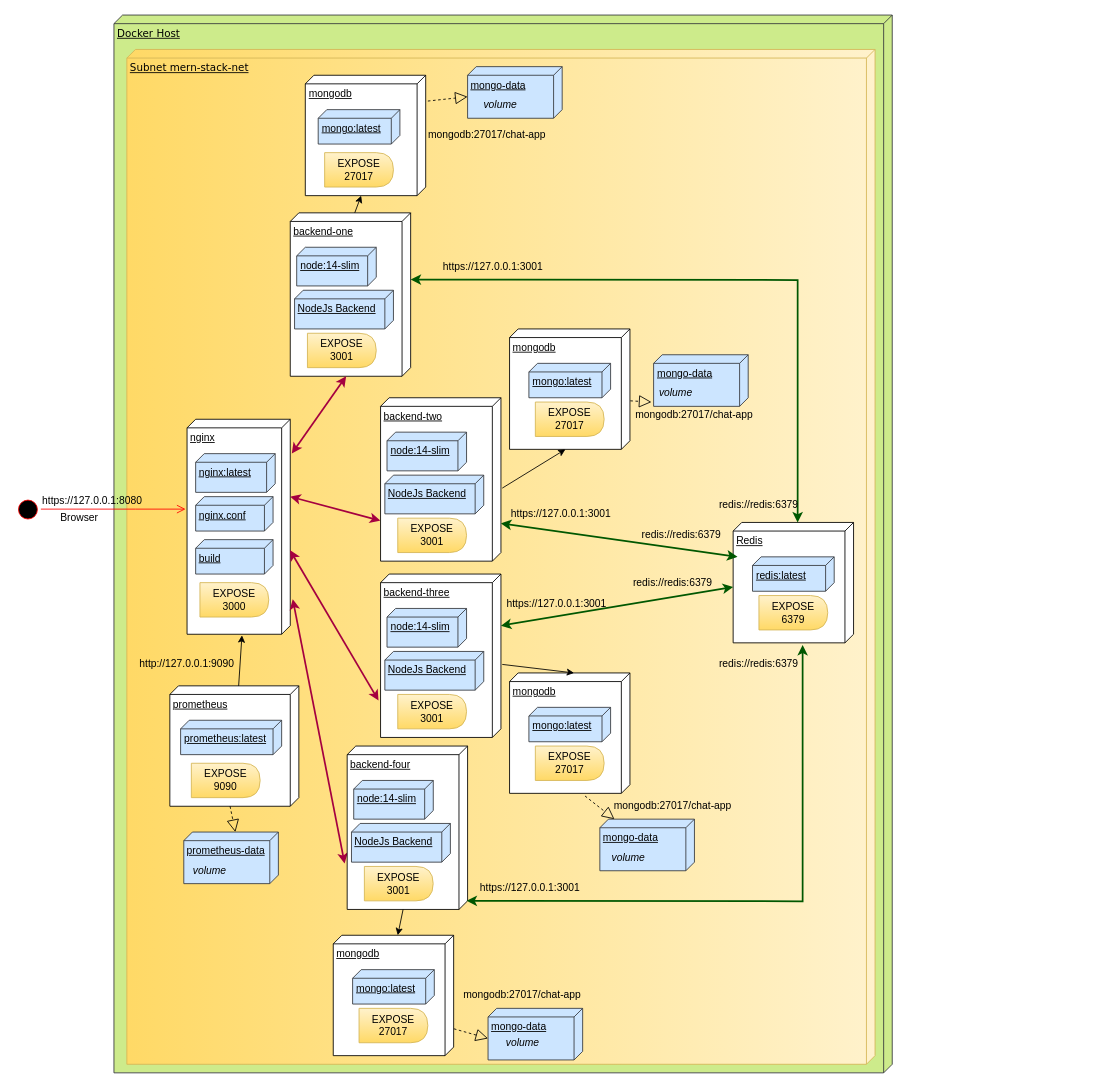
Earlier version of the draw.io diagram UML Diagramme/Unbenanntes Diagramm.drawio (PriXss/UMLDiagramme). Source tidied: cells renumbered, new cells numbered last; positions are measured from the earlier drawing's top-left corner, leaving out a move shared by most shapes. Both pictures are drawn from the tidied source at 86%, with x=0, y=0 at pixel (15, 15).
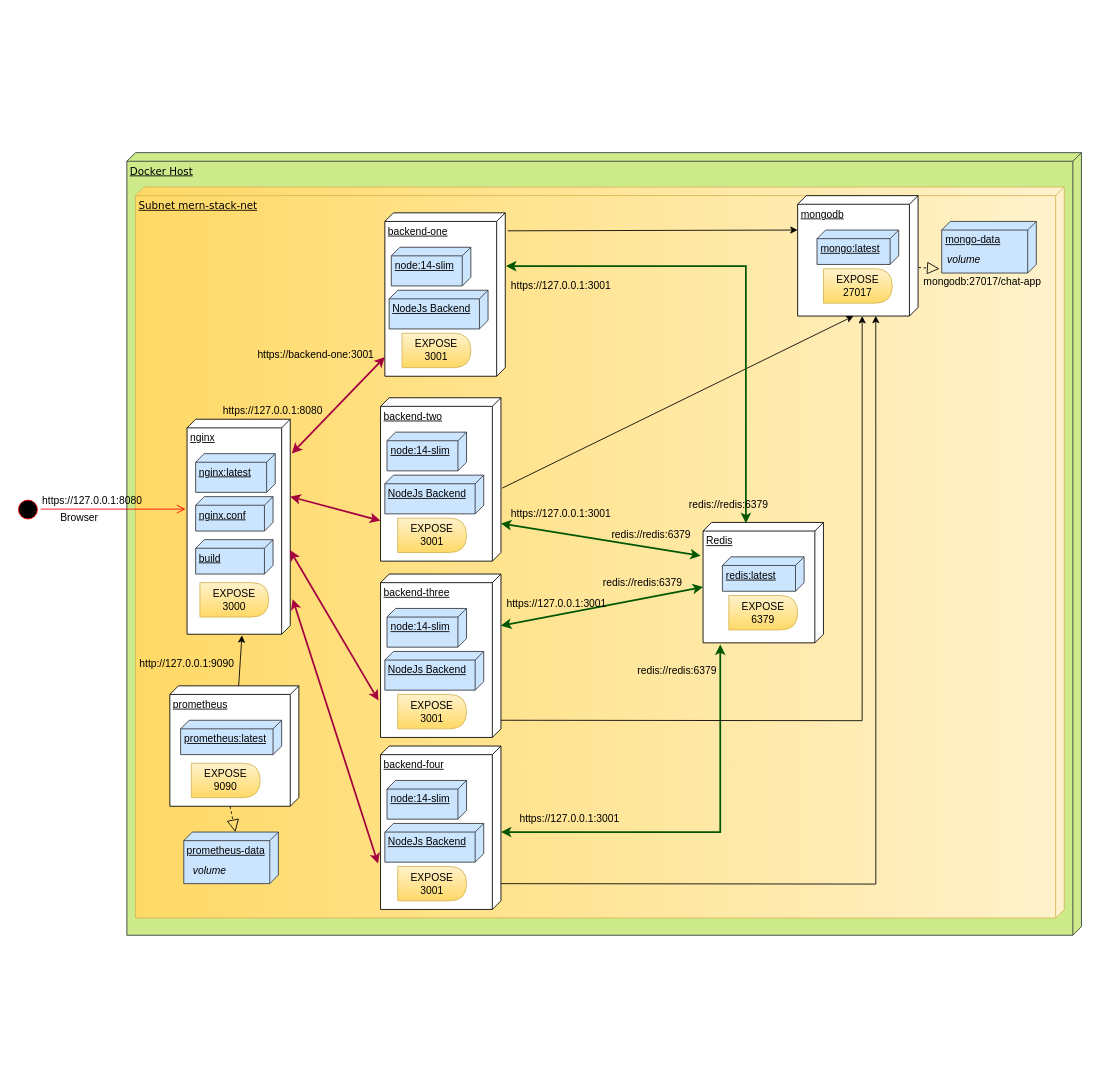
After the change.

The change refers to these unchanged cells:
```xml
<mxCell id="7" value="nginx" style="verticalAlign=top;align=left;spacingTop=8;spacingLeft=2;spacingRight=12;shape=cube;size=10;direction=south;fontStyle=4;html=1;" parent="1" vertex="1">
  <mxGeometry x="200" y="470" width="120" height="250" as="geometry" />
</mxCell>
<mxCell id="62" value="backend-three" style="verticalAlign=top;align=left;spacingTop=8;spacingLeft=2;spacingRight=12;shape=cube;size=10;direction=south;fontStyle=4;html=1;" parent="1" vertex="1">
  <mxGeometry x="425" y="650" width="140" height="190" as="geometry" />
</mxCell>
```

Diff of the diagram source:
```diff
@@
     <mxCell id="2" value="Docker Host" style="verticalAlign=top;align=left;spacingTop=8;spacingLeft=2;spacingRight=12;shape=cube;size=10;direction=south;fontStyle=4;html=1;rounded=0;shadow=0;comic=0;labelBackgroundColor=none;strokeWidth=1;fontFamily=Verdana;fontSize=12;fillColor=#cdeb8b;strokeColor=#36393d;" parent="1" vertex="1">
-      <mxGeometry x="115" width="905" height="1230" as="geometry" />
+      <mxGeometry x="130" y="160" width="1110" height="910" as="geometry" />
     </mxCell>
     <mxCell id="3" value="Subnet mern-stack-net" style="verticalAlign=top;align=left;spacingTop=8;spacingLeft=2;spacingRight=12;shape=cube;size=10;direction=south;fontStyle=4;html=1;rounded=0;shadow=0;comic=0;labelBackgroundColor=none;strokeWidth=1;fontFamily=Verdana;fontSize=12;fillColor=#fff2cc;strokeColor=#d6b656;gradientColor=#ffd966;" parent="1" vertex="1">
-      <mxGeometry x="130" y="40" width="870" height="1180" as="geometry" />
+      <mxGeometry x="140" y="200" width="1080" height="850" as="geometry" />
     </mxCell>
@@
-    <mxCell id="5" value="mongodb" style="verticalAlign=top;align=left;spacingTop=8;spacingLeft=2;spacingRight=12;shape=cube;size=10;direction=south;fontStyle=4;html=1;" parent="1" vertex="1">
-      <mxGeometry x="337.5" y="70" width="140" height="140" as="geometry" />
-    </mxCell>
     <mxCell id="6" value="backend-one" style="verticalAlign=top;align=left;spacingTop=8;spacingLeft=2;spacingRight=12;shape=cube;size=10;direction=south;fontStyle=4;html=1;" parent="1" vertex="1">
-      <mxGeometry x="320" y="230" width="140" height="190" as="geometry" />
+      <mxGeometry x="430" y="230" width="140" height="190" as="geometry" />
     </mxCell>
@@
     <mxCell id="8" value="node:14-slim" style="verticalAlign=top;align=left;spacingTop=8;spacingLeft=2;spacingRight=12;shape=cube;size=10;direction=south;fontStyle=4;html=1;fillColor=#cce5ff;strokeColor=#36393d;" parent="1" vertex="1">
-      <mxGeometry x="327.5" y="270" width="92.5" height="45" as="geometry" />
+      <mxGeometry x="437.5" y="270" width="92.5" height="45" as="geometry" />
     </mxCell>
@@
-    <mxCell id="10" value="mongo:latest" style="verticalAlign=top;align=left;spacingTop=8;spacingLeft=2;spacingRight=12;shape=cube;size=10;direction=south;fontStyle=4;html=1;fillColor=#cce5ff;strokeColor=#36393d;" parent="1" vertex="1">
-      <mxGeometry x="352.5" y="110" width="95" height="40" as="geometry" />
-    </mxCell>
@@
-    <mxCell id="13" value="mongo-data" style="verticalAlign=top;align=left;spacingTop=8;spacingLeft=2;spacingRight=12;shape=cube;size=10;direction=south;fontStyle=4;html=1;fillColor=#cce5ff;strokeColor=#36393d;" parent="1" vertex="1">
-      <mxGeometry x="526.2" y="60" width="110" height="60" as="geometry" />
-    </mxCell>
-    <mxCell id="14" value="&lt;i&gt;volume&lt;/i&gt;" style="text;html=1;align=center;verticalAlign=middle;fillColor=none;strokeColor=none;rounded=0;" parent="1" vertex="1">
-      <mxGeometry x="533.8" y="90" width="60" height="30" as="geometry" />
-    </mxCell>
     <mxCell id="15" value="NodeJs Backend" style="verticalAlign=top;align=left;spacingTop=8;spacingLeft=2;spacingRight=12;shape=cube;size=10;direction=south;fontStyle=4;html=1;fillColor=#cce5ff;strokeColor=#36393d;" parent="1" vertex="1">
-      <mxGeometry x="325" y="320" width="115" height="45" as="geometry" />
+      <mxGeometry x="435" y="320" width="115" height="45" as="geometry" />
     </mxCell>
@@
     <mxCell id="19" value="EXPOSE&lt;br&gt;3001" style="shape=delay;whiteSpace=wrap;html=1;gradientDirection=south;fillColor=#fff2cc;gradientColor=#ffd966;strokeColor=#d6b656;" parent="1" vertex="1">
-      <mxGeometry x="340" y="370" width="80" height="40" as="geometry" />
+      <mxGeometry x="450" y="370" width="80" height="40" as="geometry" />
     </mxCell>
-    <mxCell id="20" value="EXPOSE&lt;br&gt;27017" style="shape=delay;whiteSpace=wrap;html=1;gradientDirection=south;fillColor=#fff2cc;gradientColor=#ffd966;strokeColor=#d6b656;" parent="1" vertex="1">
-      <mxGeometry x="360" y="160" width="80" height="40" as="geometry" />
-    </mxCell>
@@
-    <mxCell id="23" style="endArrow=block;dashed=1;endFill=0;endSize=12;html=1;rounded=0;entryX=0;entryY=0;entryDx=35;entryDy=110;entryPerimeter=0;" parent="1" edge="1" target="13">
-      <mxGeometry relative="1" as="geometry">
-        <mxPoint x="480" y="100" as="sourcePoint" />
-      </mxGeometry>
-    </mxCell>
-    <mxCell id="24" value="mongodb:27017/chat-app" style="text;html=1;strokeColor=none;fillColor=none;align=center;verticalAlign=middle;whiteSpace=wrap;rounded=0;" parent="1" vertex="1">
-      <mxGeometry x="468.8" y="125" width="160" height="30" as="geometry" />
-    </mxCell>
@@
-    <mxCell id="26" style="endArrow=classic;html=1;rounded=0;entryX=0;entryY=0;entryDx=140;entryDy=75;entryPerimeter=0;exitX=0;exitY=0;exitDx=0;exitDy=65;exitPerimeter=0;" parent="1" edge="1" source="6" target="5">
-      <mxGeometry relative="1" as="geometry" />
-    </mxCell>
@@
-    <mxCell id="36" style="endArrow=classic;startArrow=classic;html=1;rounded=0;entryX=0;entryY=0;entryDx=190;entryDy=75;entryPerimeter=0;exitX=0.159;exitY=-0.015;exitDx=0;exitDy=0;exitPerimeter=0;fillColor=#d80073;strokeColor=#A50040;strokeWidth=2;" parent="1" edge="1" source="7" target="6">
+    <mxCell id="36" style="endArrow=classic;startArrow=classic;html=1;rounded=0;exitX=0.159;exitY=-0.015;exitDx=0;exitDy=0;exitPerimeter=0;fillColor=#d80073;strokeColor=#A50040;strokeWidth=2;" parent="1" edge="1" source="7" target="6">
       <mxGeometry relative="1" as="geometry" />
     </mxCell>
     <mxCell id="37" value="mongodb" style="verticalAlign=top;align=left;spacingTop=8;spacingLeft=2;spacingRight=12;shape=cube;size=10;direction=south;fontStyle=4;html=1;" parent="1" vertex="1">
-      <mxGeometry x="575" y="365" width="140" height="140" as="geometry" />
+      <mxGeometry x="910" y="210" width="140" height="140" as="geometry" />
     </mxCell>
@@
     <mxCell id="40" value="mongo:latest" style="verticalAlign=top;align=left;spacingTop=8;spacingLeft=2;spacingRight=12;shape=cube;size=10;direction=south;fontStyle=4;html=1;fillColor=#cce5ff;strokeColor=#36393d;" parent="1" vertex="1">
-      <mxGeometry x="597.5" y="405" width="95" height="40" as="geometry" />
+      <mxGeometry x="932.5" y="250" width="95" height="40" as="geometry" />
     </mxCell>
     <mxCell id="41" value="mongo-data" style="verticalAlign=top;align=left;spacingTop=8;spacingLeft=2;spacingRight=12;shape=cube;size=10;direction=south;fontStyle=4;html=1;fillColor=#cce5ff;strokeColor=#36393d;" parent="1" vertex="1">
-      <mxGeometry x="742.5" y="395" width="110" height="60" as="geometry" />
+      <mxGeometry x="1077.5" y="240" width="110" height="60" as="geometry" />
     </mxCell>
     <mxCell id="42" value="&lt;i&gt;volume&lt;/i&gt;" style="text;html=1;align=center;verticalAlign=middle;fillColor=none;strokeColor=none;rounded=0;" parent="1" vertex="1">
-      <mxGeometry x="737.5" y="425" width="60" height="30" as="geometry" />
+      <mxGeometry x="1072.5" y="270" width="60" height="30" as="geometry" />
     </mxCell>
@@
     <mxCell id="45" value="EXPOSE&lt;br&gt;27017" style="shape=delay;whiteSpace=wrap;html=1;gradientDirection=south;fillColor=#fff2cc;gradientColor=#ffd966;strokeColor=#d6b656;" parent="1" vertex="1">
-      <mxGeometry x="605" y="450" width="80" height="40" as="geometry" />
+      <mxGeometry x="940" y="295" width="80" height="40" as="geometry" />
     </mxCell>
     <mxCell id="46" style="endArrow=block;dashed=1;endFill=0;endSize=12;html=1;rounded=0;exitX=0.597;exitY=-0.003;exitDx=0;exitDy=0;exitPerimeter=0;" parent="1" edge="1" source="37">
       <mxGeometry relative="1" as="geometry">
-        <mxPoint x="740" y="450" as="targetPoint" />
+        <mxPoint x="1075" y="295" as="targetPoint" />
       </mxGeometry>
     </mxCell>
     <mxCell id="47" value="mongodb:27017/chat-app" style="text;html=1;strokeColor=none;fillColor=none;align=center;verticalAlign=middle;whiteSpace=wrap;rounded=0;" parent="1" vertex="1">
-      <mxGeometry x="710" y="450" width="160" height="30" as="geometry" />
+      <mxGeometry x="1045" y="295" width="160" height="30" as="geometry" />
     </mxCell>
@@
-    <mxCell id="49" value="mongodb" style="verticalAlign=top;align=left;spacingTop=8;spacingLeft=2;spacingRight=12;shape=cube;size=10;direction=south;fontStyle=4;html=1;" parent="1" vertex="1">
-      <mxGeometry x="370" y="1070" width="140" height="140" as="geometry" />
-    </mxCell>
     <mxCell id="50" value="backend-four" style="verticalAlign=top;align=left;spacingTop=8;spacingLeft=2;spacingRight=12;shape=cube;size=10;direction=south;fontStyle=4;html=1;" parent="1" vertex="1">
-      <mxGeometry x="386.2" y="850" width="140" height="190" as="geometry" />
+      <mxGeometry x="425" y="850" width="140" height="190" as="geometry" />
     </mxCell>
     <mxCell id="51" value="node:14-slim" style="verticalAlign=top;align=left;spacingTop=8;spacingLeft=2;spacingRight=12;shape=cube;size=10;direction=south;fontStyle=4;html=1;fillColor=#cce5ff;strokeColor=#36393d;" parent="1" vertex="1">
-      <mxGeometry x="393.8" y="890" width="92.5" height="45" as="geometry" />
+      <mxGeometry x="432.5" y="890" width="92.5" height="45" as="geometry" />
     </mxCell>
-    <mxCell id="52" value="mongo:latest" style="verticalAlign=top;align=left;spacingTop=8;spacingLeft=2;spacingRight=12;shape=cube;size=10;direction=south;fontStyle=4;html=1;fillColor=#cce5ff;strokeColor=#36393d;" parent="1" vertex="1">
-      <mxGeometry x="392.5" y="1110" width="95" height="40" as="geometry" />
-    </mxCell>
-    <mxCell id="53" value="mongo-data" style="verticalAlign=top;align=left;spacingTop=8;spacingLeft=2;spacingRight=12;shape=cube;size=10;direction=south;fontStyle=4;html=1;fillColor=#cce5ff;strokeColor=#36393d;" parent="1" vertex="1">
-      <mxGeometry x="550" y="1155" width="110" height="60" as="geometry" />
-    </mxCell>
-    <mxCell id="54" value="&lt;i&gt;volume&lt;/i&gt;" style="text;html=1;align=center;verticalAlign=middle;fillColor=none;strokeColor=none;rounded=0;" parent="1" vertex="1">
-      <mxGeometry x="560" y="1180" width="60" height="30" as="geometry" />
-    </mxCell>
     <mxCell id="55" value="NodeJs Backend" style="verticalAlign=top;align=left;spacingTop=8;spacingLeft=2;spacingRight=12;shape=cube;size=10;direction=south;fontStyle=4;html=1;fillColor=#cce5ff;strokeColor=#36393d;" parent="1" vertex="1">
-      <mxGeometry x="391.2" y="940" width="115" height="45" as="geometry" />
+      <mxGeometry x="430" y="940" width="115" height="45" as="geometry" />
     </mxCell>
     <mxCell id="56" value="EXPOSE&lt;br&gt;3001" style="shape=delay;whiteSpace=wrap;html=1;gradientDirection=south;fillColor=#fff2cc;gradientColor=#ffd966;strokeColor=#d6b656;" parent="1" vertex="1">
-      <mxGeometry x="406.2" y="990" width="80" height="40" as="geometry" />
+      <mxGeometry x="445" y="990" width="80" height="40" as="geometry" />
     </mxCell>
-    <mxCell id="57" value="EXPOSE&lt;br&gt;27017" style="shape=delay;whiteSpace=wrap;html=1;gradientDirection=south;fillColor=#fff2cc;gradientColor=#ffd966;strokeColor=#d6b656;" parent="1" vertex="1">
-      <mxGeometry x="400" y="1155" width="80" height="40" as="geometry" />
-    </mxCell>
-    <mxCell id="58" style="endArrow=block;dashed=1;endFill=0;endSize=12;html=1;rounded=0;exitX=0.777;exitY=-0.002;exitDx=0;exitDy=0;exitPerimeter=0;entryX=0;entryY=0;entryDx=35;entryDy=110;entryPerimeter=0;" parent="1" edge="1" source="49" target="53">
-      <mxGeometry relative="1" as="geometry" />
-    </mxCell>
-    <mxCell id="59" style="endArrow=classic;html=1;rounded=0;exitX=0;exitY=0;exitDx=190;exitDy=75;exitPerimeter=0;entryX=0;entryY=0;entryDx=0;entryDy=65;entryPerimeter=0;" parent="1" edge="1" source="50" target="49">
-      <mxGeometry relative="1" as="geometry" />
-    </mxCell>
-    <mxCell id="60" value="mongodb:27017/chat-app" style="text;html=1;strokeColor=none;fillColor=none;align=center;verticalAlign=middle;whiteSpace=wrap;rounded=0;" parent="1" vertex="1">
-      <mxGeometry x="510" y="1125" width="160" height="30" as="geometry" />
-    </mxCell>
-    <mxCell id="61" value="mongodb" style="verticalAlign=top;align=left;spacingTop=8;spacingLeft=2;spacingRight=12;shape=cube;size=10;direction=south;fontStyle=4;html=1;" parent="1" vertex="1">
-      <mxGeometry x="575" y="765" width="140" height="140" as="geometry" />
-    </mxCell>
@@
-    <mxCell id="64" value="mongo:latest" style="verticalAlign=top;align=left;spacingTop=8;spacingLeft=2;spacingRight=12;shape=cube;size=10;direction=south;fontStyle=4;html=1;fillColor=#cce5ff;strokeColor=#36393d;" parent="1" vertex="1">
-      <mxGeometry x="597.5" y="805" width="95" height="40" as="geometry" />
-    </mxCell>
-    <mxCell id="65" value="mongo-data" style="verticalAlign=top;align=left;spacingTop=8;spacingLeft=2;spacingRight=12;shape=cube;size=10;direction=south;fontStyle=4;html=1;fillColor=#cce5ff;strokeColor=#36393d;" parent="1" vertex="1">
-      <mxGeometry x="680" y="935" width="110" height="60" as="geometry" />
-    </mxCell>
-    <mxCell id="66" value="&lt;i&gt;volume&lt;/i&gt;" style="text;html=1;align=center;verticalAlign=middle;fillColor=none;strokeColor=none;rounded=0;" parent="1" vertex="1">
-      <mxGeometry x="682.5" y="965" width="60" height="30" as="geometry" />
-    </mxCell>
@@
-    <mxCell id="69" value="EXPOSE&lt;br&gt;27017" style="shape=delay;whiteSpace=wrap;html=1;gradientDirection=south;fillColor=#fff2cc;gradientColor=#ffd966;strokeColor=#d6b656;" parent="1" vertex="1">
-      <mxGeometry x="605" y="850" width="80" height="40" as="geometry" />
-    </mxCell>
-    <mxCell id="70" style="endArrow=block;dashed=1;endFill=0;endSize=12;html=1;rounded=0;exitX=1.022;exitY=0.373;exitDx=0;exitDy=0;exitPerimeter=0;" parent="1" edge="1" source="61" target="65">
-      <mxGeometry relative="1" as="geometry" />
-    </mxCell>
-    <mxCell id="71" value="mongodb:27017/chat-app" style="text;html=1;strokeColor=none;fillColor=none;align=center;verticalAlign=middle;whiteSpace=wrap;rounded=0;" parent="1" vertex="1">
-      <mxGeometry x="685" y="905" width="160" height="30" as="geometry" />
-    </mxCell>
-    <mxCell id="72" style="endArrow=classic;html=1;rounded=0;entryX=0;entryY=0;entryDx=0;entryDy=65;entryPerimeter=0;exitX=0.553;exitY=-0.011;exitDx=0;exitDy=0;exitPerimeter=0;" parent="1" edge="1" source="62" target="61">
-      <mxGeometry relative="1" as="geometry" />
-    </mxCell>
     <mxCell id="73" value="Redis" style="verticalAlign=top;align=left;spacingTop=8;spacingLeft=2;spacingRight=12;shape=cube;size=10;direction=south;fontStyle=4;html=1;" parent="1" vertex="1">
-      <mxGeometry x="835" y="590" width="140" height="140" as="geometry" />
+      <mxGeometry x="800" y="590" width="140" height="140" as="geometry" />
     </mxCell>
     <mxCell id="74" value="redis:latest" style="verticalAlign=top;align=left;spacingTop=8;spacingLeft=2;spacingRight=12;shape=cube;size=10;direction=south;fontStyle=4;html=1;fillColor=#cce5ff;strokeColor=#36393d;" parent="1" vertex="1">
-      <mxGeometry x="857.5" y="630" width="95" height="40" as="geometry" />
+      <mxGeometry x="822.5" y="630" width="95" height="40" as="geometry" />
     </mxCell>
     <mxCell id="75" value="EXPOSE&lt;br&gt;6379" style="shape=delay;whiteSpace=wrap;html=1;gradientDirection=south;fillColor=#fff2cc;gradientColor=#ffd966;strokeColor=#d6b656;" parent="1" vertex="1">
-      <mxGeometry x="865" y="675" width="80" height="40" as="geometry" />
+      <mxGeometry x="830" y="675" width="80" height="40" as="geometry" />
     </mxCell>
-    <mxCell id="76" style="endArrow=classic;startArrow=classic;html=1;rounded=0;fillColor=#008a00;strokeColor=#005700;strokeWidth=2;" parent="1" edge="1">
+    <mxCell id="76" style="endArrow=classic;startArrow=classic;html=1;rounded=0;fillColor=#008a00;strokeColor=#005700;strokeWidth=2;entryX=0.277;entryY=1.02;entryDx=0;entryDy=0;entryPerimeter=0;" parent="1" edge="1" target="73">
       <mxGeometry relative="1" as="geometry">
         <mxPoint x="565" y="591.1" as="sourcePoint" />
-        <mxPoint x="840" y="630" as="targetPoint" />
       </mxGeometry>
     </mxCell>
@@
-    <mxCell id="78" style="endArrow=classic;startArrow=classic;html=1;rounded=0;fillColor=#008a00;strokeColor=#005700;strokeWidth=2;edgeStyle=orthogonalEdgeStyle;entryX=1.017;entryY=0.423;entryDx=0;entryDy=0;entryPerimeter=0;" parent="1" edge="1" target="73">
+    <mxCell id="78" style="endArrow=classic;startArrow=classic;html=1;rounded=0;fillColor=#008a00;strokeColor=#005700;strokeWidth=2;edgeStyle=orthogonalEdgeStyle;exitX=0;exitY=1;exitDx=0;exitDy=0;" parent="1" edge="1" source="83">
       <mxGeometry relative="1" as="geometry">
-        <mxPoint x="525" y="1030" as="sourcePoint" />
+        <mxPoint x="820" y="732" as="targetPoint" />
+        <Array as="points">
+          <mxPoint x="820" y="950" />
+          <mxPoint x="820" y="732" />
+        </Array>
       </mxGeometry>
     </mxCell>
-    <mxCell id="79" style="endArrow=classic;startArrow=classic;html=1;rounded=0;fillColor=#008a00;strokeColor=#005700;strokeWidth=2;edgeStyle=orthogonalEdgeStyle;entryX=0;entryY=0;entryDx=0;entryDy=65;entryPerimeter=0;" parent="1" edge="1" target="73">
+    <mxCell id="79" style="endArrow=classic;startArrow=classic;html=1;rounded=0;fillColor=#008a00;strokeColor=#005700;strokeWidth=2;edgeStyle=orthogonalEdgeStyle;entryX=0.624;entryY=1.195;entryDx=0;entryDy=0;entryPerimeter=0;exitX=0.326;exitY=-0.006;exitDx=0;exitDy=0;exitPerimeter=0;" parent="1" edge="1" source="6" target="84">
       <mxGeometry relative="1" as="geometry">
-        <mxPoint x="460" y="307.6" as="sourcePoint" />
+        <Array as="points">
+          <mxPoint x="850" y="292" />
+        </Array>
       </mxGeometry>
     </mxCell>
     <mxCell id="80" value="https://127.0.0.1:3001" style="text;html=1;strokeColor=none;fillColor=none;align=center;verticalAlign=middle;whiteSpace=wrap;rounded=0;" parent="1" vertex="1">
-      <mxGeometry x="476.2" y="277.5" width="160" height="30" as="geometry" />
+      <mxGeometry x="555" y="300" width="160" height="30" as="geometry" />
     </mxCell>
@@
     <mxCell id="83" value="https://127.0.0.1:3001" style="text;html=1;strokeColor=none;fillColor=none;align=center;verticalAlign=middle;whiteSpace=wrap;rounded=0;" parent="1" vertex="1">
-      <mxGeometry x="518.8" y="1000" width="160" height="30" as="geometry" />
+      <mxGeometry x="565" y="920" width="160" height="30" as="geometry" />
     </mxCell>
     <mxCell id="84" value="redis://redis:6379" style="text;html=1;strokeColor=none;fillColor=none;align=center;verticalAlign=middle;whiteSpace=wrap;rounded=0;" parent="1" vertex="1">
-      <mxGeometry x="785" y="555" width="160" height="30" as="geometry" />
+      <mxGeometry x="750" y="555" width="160" height="30" as="geometry" />
     </mxCell>
     <mxCell id="85" value="redis://redis:6379" style="text;html=1;strokeColor=none;fillColor=none;align=center;verticalAlign=middle;whiteSpace=wrap;rounded=0;" parent="1" vertex="1">
-      <mxGeometry x="695" y="590" width="160" height="30" as="geometry" />
+      <mxGeometry x="660" y="590" width="160" height="30" as="geometry" />
     </mxCell>
     <mxCell id="86" value="redis://redis:6379" style="text;html=1;strokeColor=none;fillColor=none;align=center;verticalAlign=middle;whiteSpace=wrap;rounded=0;" parent="1" vertex="1">
-      <mxGeometry x="685" y="645" width="160" height="30" as="geometry" />
+      <mxGeometry x="650" y="645" width="160" height="30" as="geometry" />
     </mxCell>
     <mxCell id="87" value="redis://redis:6379" style="text;html=1;strokeColor=none;fillColor=none;align=center;verticalAlign=middle;whiteSpace=wrap;rounded=0;" parent="1" vertex="1">
-      <mxGeometry x="785" y="740" width="160" height="30" as="geometry" />
+      <mxGeometry x="690" y="747.5" width="160" height="30" as="geometry" />
     </mxCell>
+    <mxCell id="88" style="endArrow=classic;html=1;rounded=0;exitX=0.11;exitY=-0.021;exitDx=0;exitDy=0;exitPerimeter=0;" parent="1" edge="1" source="6">
+      <mxGeometry relative="1" as="geometry">
+        <mxPoint x="910" y="250" as="targetPoint" />
+      </mxGeometry>
+    </mxCell>
+    <mxCell id="89" style="endArrow=classic;html=1;rounded=0;exitX=0.553;exitY=-0.011;exitDx=0;exitDy=0;exitPerimeter=0;edgeStyle=orthogonalEdgeStyle;entryX=0.998;entryY=0.351;entryDx=0;entryDy=0;entryPerimeter=0;" parent="1" edge="1" target="37">
+      <mxGeometry relative="1" as="geometry">
+        <mxPoint x="565" y="1010" as="sourcePoint" />
+      </mxGeometry>
+    </mxCell>
+    <mxCell id="90" style="endArrow=classic;html=1;rounded=0;exitX=0.553;exitY=-0.011;exitDx=0;exitDy=0;exitPerimeter=0;edgeStyle=orthogonalEdgeStyle;entryX=1;entryY=0.464;entryDx=0;entryDy=0;entryPerimeter=0;" parent="1" edge="1" target="37">
+      <mxGeometry relative="1" as="geometry">
+        <mxPoint x="565" y="820" as="sourcePoint" />
+      </mxGeometry>
+    </mxCell>
+    <mxCell id="91" value="https://backend-one:3001" style="text;html=1;strokeColor=none;fillColor=none;align=center;verticalAlign=middle;whiteSpace=wrap;rounded=0;" parent="1" vertex="1">
+      <mxGeometry x="270" y="380" width="160" height="30" as="geometry" />
+    </mxCell>
+    <mxCell id="92" value="https://127.0.0.1:8080" style="text;html=1;strokeColor=none;fillColor=none;align=center;verticalAlign=middle;whiteSpace=wrap;rounded=0;" parent="1" vertex="1">
+      <mxGeometry x="220" y="445" width="160" height="30" as="geometry" />
+    </mxCell>
```
